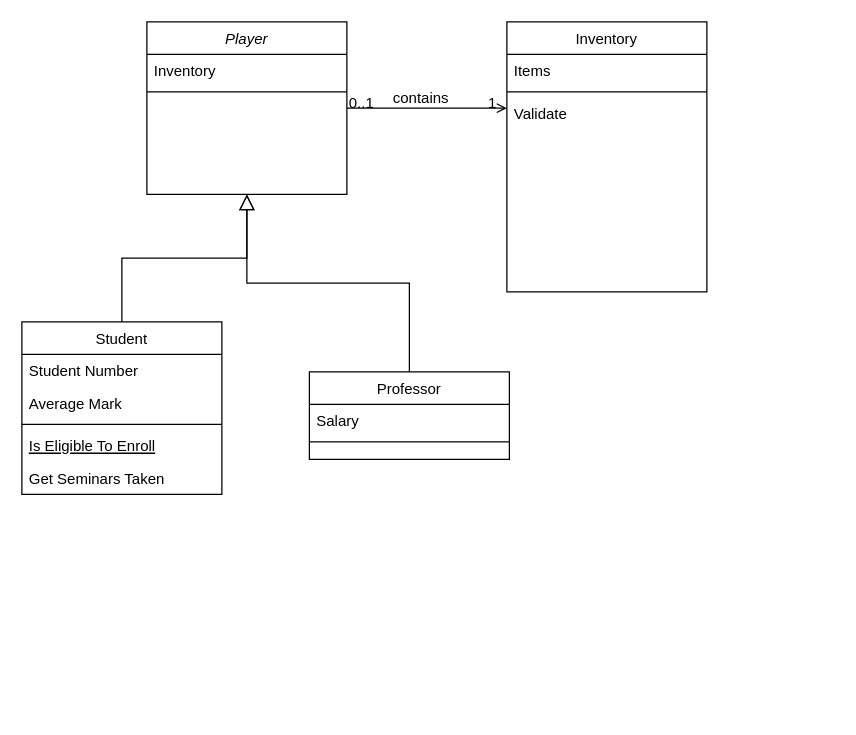
Earlier version of the draw.io diagram IdleFarmingSimUML.drawio (p-rinceS/IdleFarmingSimUML). Source tidied: cells renumbered, new cells numbered last; positions are measured from the earlier drawing's top-left corner, leaving out a move shared by most shapes. Both pictures are drawn from the tidied source at 125%, with x=0, y=0 at pixel (21, 21).
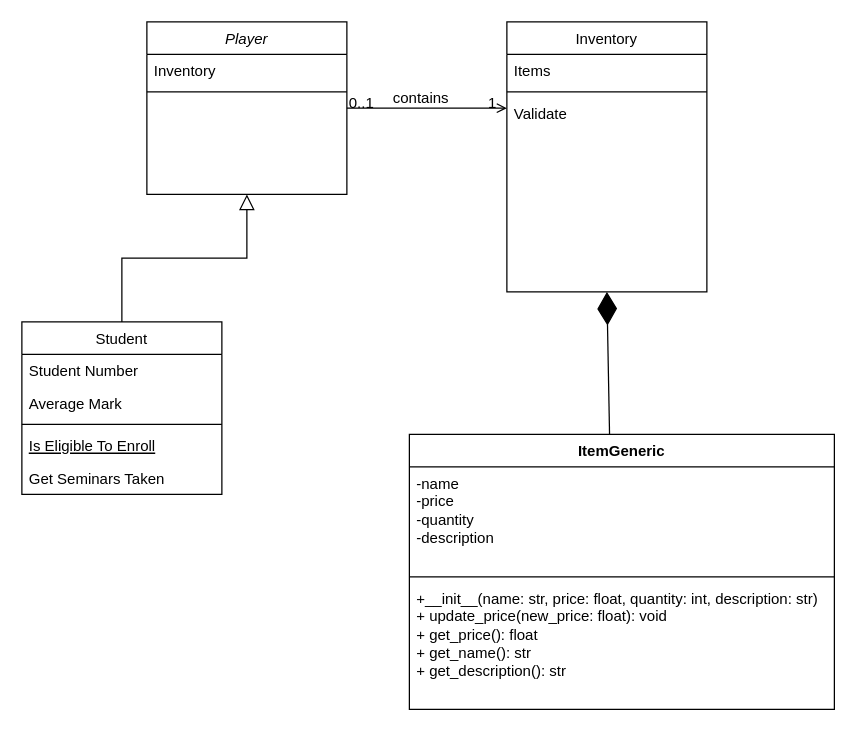
After the change.

The change refers to these unchanged cells:
```xml
<mxCell id="2" value="Player" style="swimlane;fontStyle=2;align=center;verticalAlign=top;horizontal=1;startSize=26;rounded=0;shadow=0;strokeWidth=1;" parent="1" vertex="1">
  <mxGeometry x="100" width="160" height="138" as="geometry" />
</mxCell>
<mxCell id="16" value="Inventory" style="swimlane;fontStyle=0;align=center;verticalAlign=top;horizontal=1;startSize=26;rounded=0;shadow=0;strokeWidth=1;" parent="1" vertex="1">
  <mxGeometry x="388" width="160" height="216" as="geometry" />
</mxCell>
```

Diff of the diagram source:
```diff
@@
-    <mxCell id="12" value="Professor" style="swimlane;fontStyle=0;align=center;verticalAlign=top;horizontal=1;startSize=26;rounded=0;shadow=0;strokeWidth=1;" parent="1" vertex="1">
-      <mxGeometry x="230" y="280" width="160" height="70" as="geometry" />
-    </mxCell>
-    <mxCell id="13" value="Salary" style="text;align=left;verticalAlign=top;spacingLeft=4;spacingRight=4;overflow=hidden;" parent="12" vertex="1">
-      <mxGeometry y="26" width="160" height="26" as="geometry" />
-    </mxCell>
-    <mxCell id="14" style="line;html=1;strokeWidth=1;align=left;verticalAlign=middle;spacingTop=-1;spacingLeft=3;spacingRight=3;labelPosition=right;" parent="12" vertex="1">
-      <mxGeometry y="52" width="160" height="8" as="geometry" />
-    </mxCell>
-    <mxCell id="15" style="endArrow=block;endSize=10;endFill=0;shadow=0;strokeWidth=1;rounded=0;edgeStyle=elbowEdgeStyle;elbow=vertical;" parent="1" edge="1" source="12" target="2">
-      <mxGeometry relative="1" as="geometry" />
-    </mxCell>
@@
+    <mxCell id="24" value="ItemGeneric" style="swimlane;fontStyle=1;align=center;verticalAlign=top;horizontal=1;startSize=26;whiteSpace=wrap;html=1;" parent="1" vertex="1">
+      <mxGeometry x="310" y="330" width="340" height="220" as="geometry" />
+    </mxCell>
+    <mxCell id="25" value="-name&lt;br&gt;-price&lt;br&gt;-quantity&lt;br&gt;-description" style="text;strokeColor=none;fillColor=none;align=left;verticalAlign=top;spacingLeft=4;spacingRight=4;overflow=hidden;whiteSpace=wrap;html=1;" parent="24" vertex="1">
+      <mxGeometry y="26" width="340" height="84" as="geometry" />
+    </mxCell>
+    <mxCell id="26" style="line;strokeWidth=1;fillColor=none;align=left;verticalAlign=middle;spacingTop=-1;spacingLeft=3;spacingRight=3;labelPosition=right;strokeColor=inherit;" parent="24" vertex="1">
+      <mxGeometry y="110" width="340" height="8" as="geometry" />
+    </mxCell>
+    <mxCell id="27" value="+__init__(name: str, price: float, quantity: int, description: str)&lt;br&gt;+ update_price(new_price: float): void &lt;br&gt;+ get_price(): float&lt;br&gt;+ get_name(): str&lt;br&gt;+ get_description(): str&amp;nbsp;" style="text;strokeColor=none;fillColor=none;align=left;verticalAlign=top;spacingLeft=4;spacingRight=4;overflow=hidden;whiteSpace=wrap;html=1;" parent="24" vertex="1">
+      <mxGeometry y="118" width="340" height="102" as="geometry" />
+    </mxCell>
+    <mxCell id="28" style="endArrow=diamondThin;endFill=1;endSize=24;html=1;rounded=0;entryX=0.5;entryY=1;entryDx=0;entryDy=0;exitX=0.471;exitY=0;exitDx=0;exitDy=0;exitPerimeter=0;" parent="1" edge="1" source="24" target="16">
+      <mxGeometry relative="1" as="geometry" />
+    </mxCell>
```
